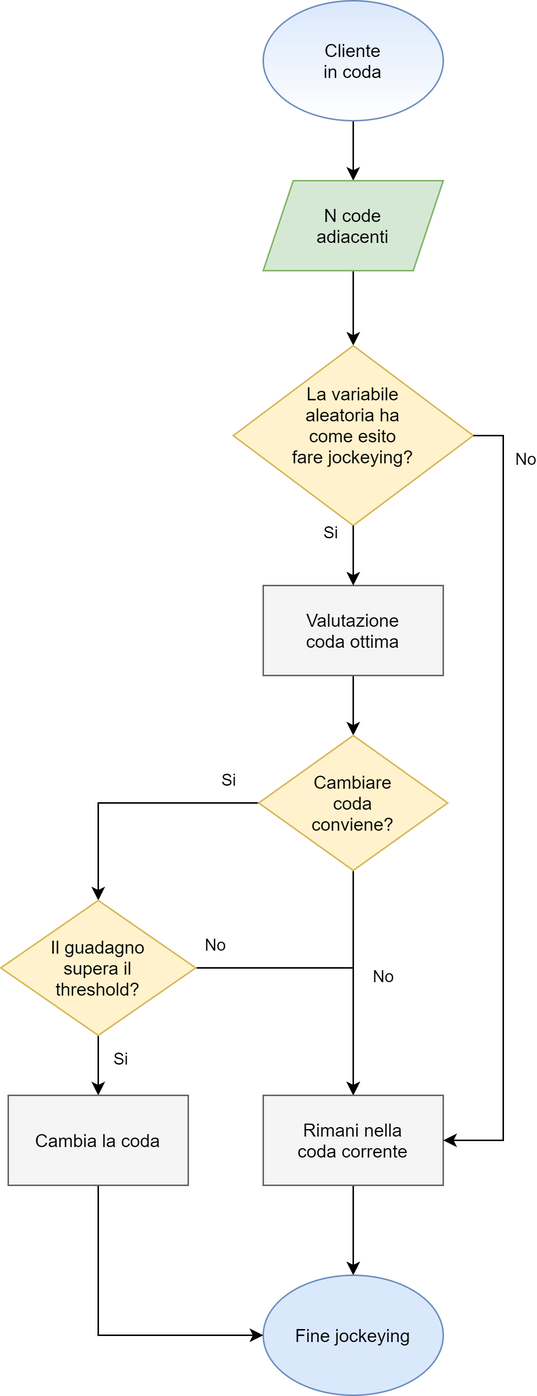
AuPath/Supermarket-Checkout-Simulation keeps this draw.io diagram as doc/report/images/jockeying-flowchart.png. Above is the earlier version. Source tidied: cells renumbered, new cells last; positions are measured from the earlier drawing's top-left corner, leaving out a move shared by most shapes.
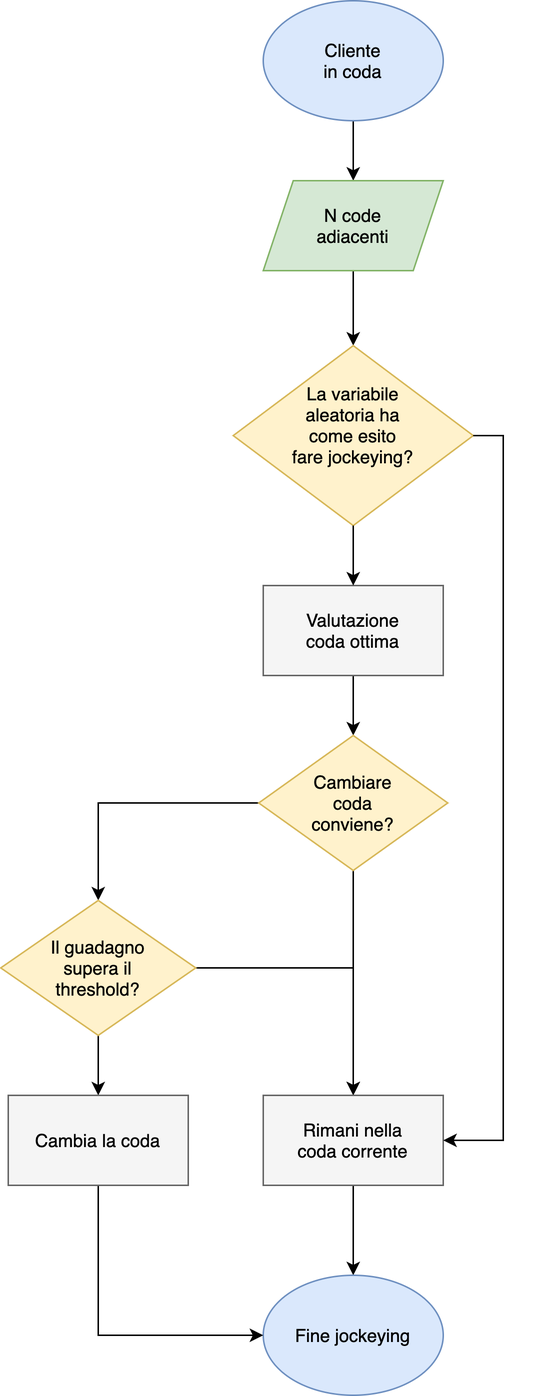
Above is the later version.

What changed in the source:
```diff
@@ -2,64 +2,64 @@
   <root>
     <mxCell id="0" />
     <mxCell id="1" parent="0" />
-    <mxCell id="2" style="edgeStyle=orthogonalEdgeStyle;rounded=0;jettySize=auto;html=1;exitX=0.5;exitY=1;exitDx=0;exitDy=0;entryX=0.5;entryY=0;entryDx=0;entryDy=0;" parent="1" edge="1" source="3" target="5">
+    <mxCell id="2" style="edgeStyle=orthogonalEdgeStyle;rounded=0;jettySize=auto;html=1;exitX=0.5;exitY=1;exitDx=0;exitDy=0;entryX=0.5;entryY=0;entryDx=0;entryDy=0;fontColor=#000000;" parent="1" edge="1" source="3" target="5">
       <mxGeometry relative="1" as="geometry" />
     </mxCell>
-    <mxCell id="3" value="Cliente&lt;br&gt;in coda" style="ellipse;whiteSpace=wrap;html=1;fillColor=#dae8fc;strokeColor=#6c8ebf;gradientColor=#ffffff;" parent="1" vertex="1">
+    <mxCell id="3" value="Cliente&lt;br&gt;in coda" style="ellipse;whiteSpace=wrap;html=1;fillColor=#dae8fc;strokeColor=#6c8ebf;" parent="1" vertex="1">
       <mxGeometry x="175" width="120" height="80" as="geometry" />
     </mxCell>
-    <mxCell id="4" style="edgeStyle=orthogonalEdgeStyle;rounded=0;jettySize=auto;html=1;exitX=0.5;exitY=1;exitDx=0;exitDy=0;entryX=0.5;entryY=0;entryDx=0;entryDy=0;" parent="1" edge="1" source="5" target="19">
+    <mxCell id="4" style="edgeStyle=orthogonalEdgeStyle;rounded=0;jettySize=auto;html=1;exitX=0.5;exitY=1;exitDx=0;exitDy=0;fontColor=#000000;entryX=0.5;entryY=0;entryDx=0;entryDy=0;" parent="1" edge="1" source="5" target="19">
       <mxGeometry relative="1" as="geometry" />
     </mxCell>
-    <mxCell id="5" value="N code&lt;br&gt;adiacenti" style="shape=parallelogram;perimeter=parallelogramPerimeter;whiteSpace=wrap;html=1;fixedSize=1;fillColor=#d5e8d4;strokeColor=#82b366;" parent="1" vertex="1">
+    <mxCell id="5" value="N code&lt;br&gt;adiacenti" style="shape=parallelogram;perimeter=parallelogramPerimeter;whiteSpace=wrap;html=1;fixedSize=1;fillColor=#d5e8d4;strokeColor=#82b366;fontColor=#000000;" parent="1" vertex="1">
       <mxGeometry x="175" y="120" width="120" height="60" as="geometry" />
     </mxCell>
-    <mxCell id="6" style="edgeStyle=orthogonalEdgeStyle;rounded=0;jettySize=auto;html=1;exitX=0.5;exitY=1;exitDx=0;exitDy=0;entryX=0.5;entryY=0;entryDx=0;entryDy=0;" parent="1" edge="1" source="7" target="10">
+    <mxCell id="6" style="edgeStyle=orthogonalEdgeStyle;rounded=0;jettySize=auto;html=1;exitX=0.5;exitY=1;exitDx=0;exitDy=0;fontColor=#000000;entryX=0.5;entryY=0;entryDx=0;entryDy=0;" parent="1" edge="1" source="7" target="10">
       <mxGeometry relative="1" as="geometry" />
     </mxCell>
-    <mxCell id="7" value="Valutazione&lt;br&gt;coda ottima" style="rounded=0;whiteSpace=wrap;html=1;fillColor=#f5f5f5;strokeColor=#666666;" parent="1" vertex="1">
+    <mxCell id="7" value="Valutazione&lt;br&gt;coda ottima" style="rounded=0;whiteSpace=wrap;html=1;fillColor=#f5f5f5;strokeColor=#666666;fontColor=#000000;" parent="1" vertex="1">
       <mxGeometry x="175" y="390" width="120" height="60" as="geometry" />
     </mxCell>
-    <mxCell id="8" value="Si" style="edgeStyle=orthogonalEdgeStyle;rounded=0;jettySize=auto;html=1;exitX=0;exitY=0.5;exitDx=0;exitDy=0;entryX=0.5;entryY=0;entryDx=0;entryDy=0;" parent="1" edge="1" source="10" target="13">
+    <mxCell id="8" value="Si" style="edgeStyle=orthogonalEdgeStyle;rounded=0;jettySize=auto;html=1;exitX=0;exitY=0.5;exitDx=0;exitDy=0;entryX=0.5;entryY=0;entryDx=0;entryDy=0;fontColor=#FFFFFF;" parent="1" edge="1" source="10" target="13">
       <mxGeometry x="-0.77" y="-15" relative="1" as="geometry" />
     </mxCell>
-    <mxCell id="9" value="No" style="edgeStyle=orthogonalEdgeStyle;rounded=0;jettySize=auto;html=1;exitX=0.5;exitY=1;exitDx=0;exitDy=0;entryX=0.5;entryY=0;entryDx=0;entryDy=0;" parent="1" edge="1" source="10" target="15">
+    <mxCell id="9" value="No" style="edgeStyle=orthogonalEdgeStyle;rounded=0;jettySize=auto;html=1;exitX=0.5;exitY=1;exitDx=0;exitDy=0;entryX=0.5;entryY=0;entryDx=0;entryDy=0;fontColor=#FFFFFF;" parent="1" edge="1" source="10" target="15">
       <mxGeometry x="-0.06" y="20" relative="1" as="geometry" />
     </mxCell>
-    <mxCell id="10" value="Cambiare&lt;br&gt;coda&lt;br&gt;conviene?" style="rhombus;whiteSpace=wrap;html=1;fillColor=#fff2cc;strokeColor=#d6b656;" parent="1" vertex="1">
+    <mxCell id="10" value="Cambiare&lt;br&gt;coda&lt;br&gt;conviene?" style="rhombus;whiteSpace=wrap;html=1;fillColor=#fff2cc;strokeColor=#d6b656;fontColor=#000000;" parent="1" vertex="1">
       <mxGeometry x="172" y="490" width="126" height="90" as="geometry" />
     </mxCell>
-    <mxCell id="11" value="No" style="edgeStyle=orthogonalEdgeStyle;rounded=0;jettySize=auto;html=1;exitX=1;exitY=0.5;exitDx=0;exitDy=0;entryX=0.5;entryY=0;entryDx=0;entryDy=0;" parent="1" edge="1" source="13" target="15">
+    <mxCell id="11" value="No" style="edgeStyle=orthogonalEdgeStyle;rounded=0;jettySize=auto;html=1;exitX=1;exitY=0.5;exitDx=0;exitDy=0;entryX=0.5;entryY=0;entryDx=0;entryDy=0;fontColor=#FFFFFF;" parent="1" edge="1" source="13" target="15">
       <mxGeometry x="-0.86" y="15" relative="1" as="geometry" />
     </mxCell>
-    <mxCell id="12" value="Si&lt;br&gt;" style="edgeStyle=orthogonalEdgeStyle;rounded=0;jettySize=auto;html=1;exitX=0.5;exitY=1;exitDx=0;exitDy=0;entryX=0.5;entryY=0;entryDx=0;entryDy=0;" parent="1" edge="1" source="13" target="18">
+    <mxCell id="12" value="Si&lt;br&gt;" style="edgeStyle=orthogonalEdgeStyle;rounded=0;jettySize=auto;html=1;exitX=0.5;exitY=1;exitDx=0;exitDy=0;entryX=0.5;entryY=0;entryDx=0;entryDy=0;fontColor=#FFFFFF;" parent="1" edge="1" source="13" target="18">
       <mxGeometry x="-0.2" y="15" relative="1" as="geometry" />
     </mxCell>
-    <mxCell id="13" value="Il guadagno&lt;br&gt;supera il&lt;br&gt;threshold?" style="rhombus;whiteSpace=wrap;html=1;fillColor=#fff2cc;strokeColor=#d6b656;" parent="1" vertex="1">
+    <mxCell id="13" value="Il guadagno&lt;br&gt;supera il&lt;br&gt;threshold?" style="rhombus;whiteSpace=wrap;html=1;fillColor=#fff2cc;strokeColor=#d6b656;fontColor=#000000;" parent="1" vertex="1">
       <mxGeometry y="600" width="130" height="90" as="geometry" />
     </mxCell>
-    <mxCell id="14" style="edgeStyle=orthogonalEdgeStyle;rounded=0;jettySize=auto;html=1;exitX=0.5;exitY=1;exitDx=0;exitDy=0;entryX=0.5;entryY=0;entryDx=0;entryDy=0;" parent="1" edge="1" source="15" target="16">
+    <mxCell id="14" style="edgeStyle=orthogonalEdgeStyle;rounded=0;jettySize=auto;html=1;exitX=0.5;exitY=1;exitDx=0;exitDy=0;entryX=0.5;entryY=0;entryDx=0;entryDy=0;fontColor=#FFFFFF;" parent="1" edge="1" source="15" target="16">
       <mxGeometry relative="1" as="geometry" />
     </mxCell>
-    <mxCell id="15" value="Rimani nella&lt;br&gt;coda corrente" style="rounded=0;whiteSpace=wrap;html=1;fillColor=#f5f5f5;strokeColor=#666666;" parent="1" vertex="1">
+    <mxCell id="15" value="Rimani nella&lt;br&gt;coda corrente" style="rounded=0;whiteSpace=wrap;html=1;fillColor=#f5f5f5;strokeColor=#666666;fontColor=#000000;" parent="1" vertex="1">
       <mxGeometry x="175" y="730" width="120" height="60" as="geometry" />
     </mxCell>
-    <mxCell id="16" value="Fine jockeying" style="ellipse;whiteSpace=wrap;html=1;fillColor=#dae8fc;strokeColor=#6c8ebf;" parent="1" vertex="1">
+    <mxCell id="16" value="Fine jockeying" style="ellipse;whiteSpace=wrap;html=1;fillColor=#dae8fc;strokeColor=#6c8ebf;fontColor=#000000;" parent="1" vertex="1">
       <mxGeometry x="175" y="850" width="120" height="80" as="geometry" />
     </mxCell>
-    <mxCell id="17" style="edgeStyle=orthogonalEdgeStyle;rounded=0;jettySize=auto;html=1;exitX=0.5;exitY=1;exitDx=0;exitDy=0;entryX=0;entryY=0.5;entryDx=0;entryDy=0;" parent="1" edge="1" source="18" target="16">
+    <mxCell id="17" style="edgeStyle=orthogonalEdgeStyle;rounded=0;jettySize=auto;html=1;exitX=0.5;exitY=1;exitDx=0;exitDy=0;entryX=0;entryY=0.5;entryDx=0;entryDy=0;fontColor=#FFFFFF;" parent="1" edge="1" source="18" target="16">
       <mxGeometry relative="1" as="geometry" />
     </mxCell>
-    <mxCell id="18" value="Cambia la coda" style="rounded=0;whiteSpace=wrap;html=1;fillColor=#f5f5f5;strokeColor=#666666;" parent="1" vertex="1">
+    <mxCell id="18" value="Cambia la coda" style="rounded=0;whiteSpace=wrap;html=1;fillColor=#f5f5f5;strokeColor=#666666;fontColor=#000000;" parent="1" vertex="1">
       <mxGeometry x="5" y="730" width="120" height="60" as="geometry" />
     </mxCell>
-    <mxCell id="19" value="La variabile&lt;br&gt;aleatoria ha&lt;br&gt;come esito&lt;br&gt;fare jockeying?&lt;br&gt;&lt;span style=&quot;font-family: monospace; font-size: 0px;&quot;&gt;%3CmxGraphModel%3E%3Croot%3E%3CmxCell%20id%3D%220%22%2F%3E%3CmxCell%20id%3D%221%22%20parent%3D%220%22%2F%3E%3CmxCell%20id%3D%222%22%20value%3D%22Il%20guadagno%26lt%3Bbr%26gt%3Bsupera%20il%26lt%3Bbr%26gt%3Bthreshold%22%20style%3D%22rhombus%3BwhiteSpace%3Dwrap%3Bhtml%3D1%3BfillColor%3D%23fff2cc%3BstrokeColor%3D%23d6b656%3B%22%20vertex%3D%221%22%20parent%3D%221%22%3E%3CmxGeometry%20x%3D%22190%22%20y%3D%22420%22%20width%3D%22130%22%20height%3D%2290%22%20as%3D%22geometry%22%2F%3E%3C%2FmxCell%3E%3C%2Froot%3E%3C%2FmxGraphModel%3E&lt;/span&gt;" style="rhombus;whiteSpace=wrap;html=1;fillColor=#fff2cc;strokeColor=#d6b656;" parent="1" vertex="1">
+    <mxCell id="19" value="La variabile&lt;br&gt;aleatoria ha&lt;br&gt;come esito&lt;br&gt;fare jockeying?&lt;br&gt;&lt;span style=&quot;font-family: monospace; font-size: 0px;&quot;&gt;%3CmxGraphModel%3E%3Croot%3E%3CmxCell%20id%3D%220%22%2F%3E%3CmxCell%20id%3D%221%22%20parent%3D%220%22%2F%3E%3CmxCell%20id%3D%222%22%20value%3D%22Il%20guadagno%26lt%3Bbr%26gt%3Bsupera%20il%26lt%3Bbr%26gt%3Bthreshold%22%20style%3D%22rhombus%3BwhiteSpace%3Dwrap%3Bhtml%3D1%3BfillColor%3D%23fff2cc%3BstrokeColor%3D%23d6b656%3B%22%20vertex%3D%221%22%20parent%3D%221%22%3E%3CmxGeometry%20x%3D%22190%22%20y%3D%22420%22%20width%3D%22130%22%20height%3D%2290%22%20as%3D%22geometry%22%2F%3E%3C%2FmxCell%3E%3C%2Froot%3E%3C%2FmxGraphModel%3E&lt;/span&gt;" style="rhombus;whiteSpace=wrap;html=1;fillColor=#fff2cc;strokeColor=#d6b656;fontColor=#000000;" parent="1" vertex="1">
       <mxGeometry x="155" y="230" width="160" height="120" as="geometry" />
     </mxCell>
-    <mxCell id="20" value="Si" style="edgeStyle=orthogonalEdgeStyle;rounded=0;jettySize=auto;html=1;exitX=0.5;exitY=1;exitDx=0;exitDy=0;entryX=0.5;entryY=0;entryDx=0;entryDy=0;" parent="1" edge="1" source="19" target="7">
+    <mxCell id="20" value="Si" style="edgeStyle=orthogonalEdgeStyle;rounded=0;jettySize=auto;html=1;exitX=0.5;exitY=1;exitDx=0;exitDy=0;fontColor=#FFFFFF;entryX=0.5;entryY=0;entryDx=0;entryDy=0;" parent="1" edge="1" source="19" target="7">
       <mxGeometry x="-0.77" y="-15" relative="1" as="geometry" />
     </mxCell>
-    <mxCell id="21" value="No" style="edgeStyle=orthogonalEdgeStyle;rounded=0;jettySize=auto;html=1;exitX=1;exitY=0.5;exitDx=0;exitDy=0;entryX=1;entryY=0.5;entryDx=0;entryDy=0;" parent="1" edge="1" source="19" target="15">
+    <mxCell id="21" value="No" style="edgeStyle=orthogonalEdgeStyle;rounded=0;jettySize=auto;html=1;fontColor=#FFFFFF;exitX=1;exitY=0.5;exitDx=0;exitDy=0;entryX=1;entryY=0.5;entryDx=0;entryDy=0;" parent="1" edge="1" source="19" target="15">
       <mxGeometry x="-0.86" y="15" relative="1" as="geometry" />
     </mxCell>
   </root>
```
